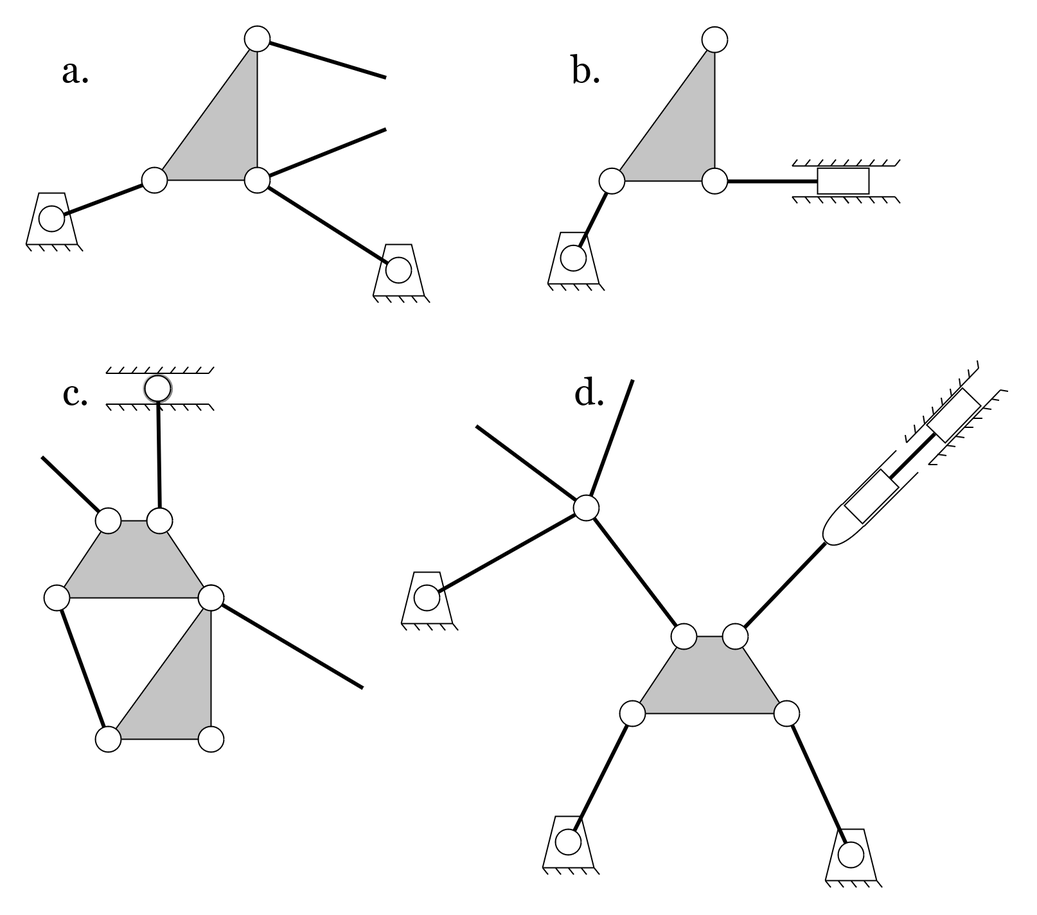
Before: Fisica Ejercicios/Images/gradosDeLibertad.png, a diagram exported from draw.io (InspectorDave/LaTeX). Source tidied: cells renumbered, new cells last; positions are measured from the earlier drawing's top-left corner, leaving out a move shared by most shapes.
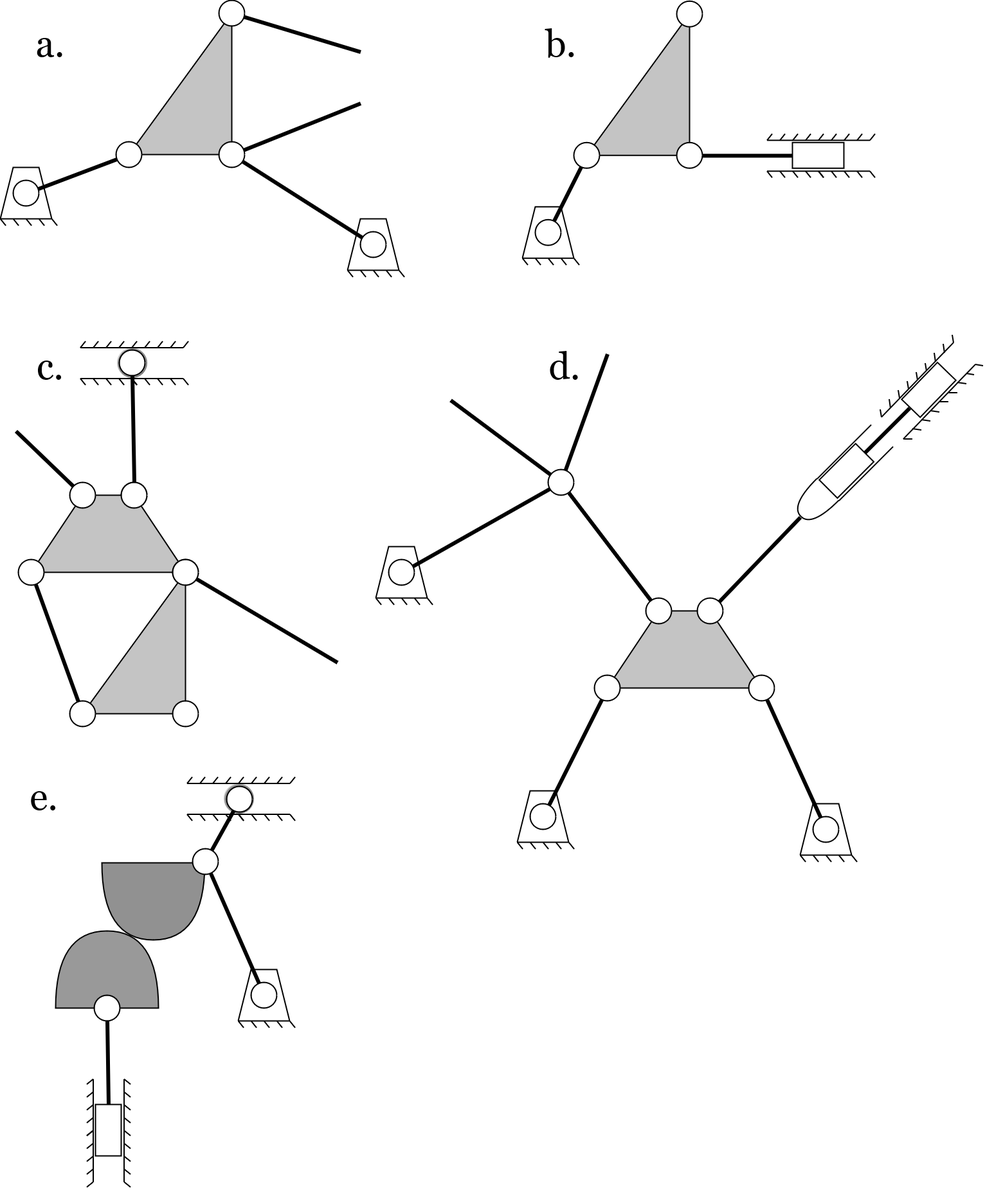
After the commit.

What changed in the source:
```diff
@@ -2,6 +2,9 @@
   <root>
     <mxCell id="0" />
     <mxCell id="1" parent="0" />
+    <mxCell id="179" style="shape=or;whiteSpace=wrap;html=1;rotation=90;fillColor=#919191;" parent="1" vertex="1">
+      <mxGeometry x="89" y="661" width="60" height="80" as="geometry" />
+    </mxCell>
     <mxCell id="2" style="endArrow=none;html=1;rounded=0;exitX=0;exitY=1;exitDx=0;exitDy=0;strokeWidth=3;" parent="1" edge="1" source="138" target="145">
       <mxGeometry relative="1" as="geometry" />
     </mxCell>
@@ -13,6 +16,147 @@
     <mxCell id="4" style="endArrow=none;html=1;rounded=0;entryX=1;entryY=1;entryDx=0;entryDy=0;strokeWidth=3;" parent="1" edge="1" source="22" target="5">
       <mxGeometry relative="1" as="geometry" />
     </mxCell>
+    <mxCell id="180" style="group;" parent="1" vertex="1">
+      <mxGeometry x="145" y="604" width="84" height="79" as="geometry" />
+    </mxCell>
+    <mxCell id="181" style="endArrow=none;html=1;rounded=0;" parent="180" edge="1">
+      <mxGeometry relative="1" as="geometry">
+        <mxPoint y="5" as="sourcePoint" />
+        <mxPoint x="80" y="5" as="targetPoint" />
+      </mxGeometry>
+    </mxCell>
+    <mxCell id="182" style="endArrow=none;html=1;rounded=0;" parent="180" edge="1">
+      <mxGeometry relative="1" as="geometry">
+        <mxPoint y="29" as="sourcePoint" />
+        <mxPoint x="80" y="29" as="targetPoint" />
+      </mxGeometry>
+    </mxCell>
+    <mxCell id="183" style="endArrow=none;html=1;rounded=0;" parent="180" edge="1">
+      <mxGeometry relative="1" as="geometry">
+        <mxPoint x="44" y="34" as="sourcePoint" />
+        <mxPoint x="40" y="29" as="targetPoint" />
+      </mxGeometry>
+    </mxCell>
+    <mxCell id="184" style="endArrow=none;html=1;rounded=0;" parent="180" edge="1">
+      <mxGeometry relative="1" as="geometry">
+        <mxPoint x="24" y="34" as="sourcePoint" />
+        <mxPoint x="20" y="29" as="targetPoint" />
+      </mxGeometry>
+    </mxCell>
+    <mxCell id="185" style="endArrow=none;html=1;rounded=0;" parent="180" edge="1">
+      <mxGeometry relative="1" as="geometry">
+        <mxPoint x="4" y="34" as="sourcePoint" />
+        <mxPoint y="29" as="targetPoint" />
+      </mxGeometry>
+    </mxCell>
+    <mxCell id="186" style="endArrow=none;html=1;rounded=0;" parent="180" edge="1">
+      <mxGeometry relative="1" as="geometry">
+        <mxPoint x="84" y="34" as="sourcePoint" />
+        <mxPoint x="80" y="29" as="targetPoint" />
+      </mxGeometry>
+    </mxCell>
+    <mxCell id="187" style="endArrow=none;html=1;rounded=0;" parent="180" edge="1">
+      <mxGeometry relative="1" as="geometry">
+        <mxPoint x="64" y="34" as="sourcePoint" />
+        <mxPoint x="60" y="29" as="targetPoint" />
+      </mxGeometry>
+    </mxCell>
+    <mxCell id="188" style="endArrow=none;html=1;rounded=0;" parent="180" edge="1">
+      <mxGeometry relative="1" as="geometry">
+        <mxPoint x="44" y="34" as="sourcePoint" />
+        <mxPoint x="40" y="29" as="targetPoint" />
+      </mxGeometry>
+    </mxCell>
+    <mxCell id="189" style="endArrow=none;html=1;rounded=0;" parent="180" edge="1">
+      <mxGeometry relative="1" as="geometry">
+        <mxPoint x="24" as="sourcePoint" />
+        <mxPoint x="20" y="5" as="targetPoint" />
+      </mxGeometry>
+    </mxCell>
+    <mxCell id="190" style="endArrow=none;html=1;rounded=0;" parent="180" edge="1">
+      <mxGeometry relative="1" as="geometry">
+        <mxPoint x="4" as="sourcePoint" />
+        <mxPoint y="5" as="targetPoint" />
+      </mxGeometry>
+    </mxCell>
+    <mxCell id="191" style="endArrow=none;html=1;rounded=0;" parent="180" edge="1">
+      <mxGeometry relative="1" as="geometry">
+        <mxPoint x="84" as="sourcePoint" />
+        <mxPoint x="80" y="5" as="targetPoint" />
+      </mxGeometry>
+    </mxCell>
+    <mxCell id="192" style="endArrow=none;html=1;rounded=0;" parent="180" edge="1">
+      <mxGeometry relative="1" as="geometry">
+        <mxPoint x="64" as="sourcePoint" />
+        <mxPoint x="60" y="5" as="targetPoint" />
+      </mxGeometry>
+    </mxCell>
+    <mxCell id="193" style="endArrow=none;html=1;rounded=0;" parent="180" edge="1">
+      <mxGeometry relative="1" as="geometry">
+        <mxPoint x="44" as="sourcePoint" />
+        <mxPoint x="40" y="5" as="targetPoint" />
+      </mxGeometry>
+    </mxCell>
+    <mxCell id="194" style="endArrow=none;html=1;rounded=0;" parent="180" edge="1">
+      <mxGeometry relative="1" as="geometry">
+        <mxPoint x="34" as="sourcePoint" />
+        <mxPoint x="30" y="5" as="targetPoint" />
+      </mxGeometry>
+    </mxCell>
+    <mxCell id="195" style="endArrow=none;html=1;rounded=0;" parent="180" edge="1">
+      <mxGeometry relative="1" as="geometry">
+        <mxPoint x="14" as="sourcePoint" />
+        <mxPoint x="10" y="5" as="targetPoint" />
+      </mxGeometry>
+    </mxCell>
+    <mxCell id="196" style="endArrow=none;html=1;rounded=0;" parent="180" edge="1">
+      <mxGeometry relative="1" as="geometry">
+        <mxPoint x="74" as="sourcePoint" />
+        <mxPoint x="70" y="5" as="targetPoint" />
+      </mxGeometry>
+    </mxCell>
+    <mxCell id="197" style="endArrow=none;html=1;rounded=0;" parent="180" edge="1">
+      <mxGeometry relative="1" as="geometry">
+        <mxPoint x="54" as="sourcePoint" />
+        <mxPoint x="50" y="5" as="targetPoint" />
+      </mxGeometry>
+    </mxCell>
+    <mxCell id="198" style="endArrow=none;html=1;rounded=0;" parent="180" edge="1">
+      <mxGeometry relative="1" as="geometry">
+        <mxPoint x="34" y="34" as="sourcePoint" />
+        <mxPoint x="30" y="29" as="targetPoint" />
+      </mxGeometry>
+    </mxCell>
+    <mxCell id="199" style="endArrow=none;html=1;rounded=0;" parent="180" edge="1">
+      <mxGeometry relative="1" as="geometry">
+        <mxPoint x="14" y="34" as="sourcePoint" />
+        <mxPoint x="10" y="29" as="targetPoint" />
+      </mxGeometry>
+    </mxCell>
+    <mxCell id="200" style="endArrow=none;html=1;rounded=0;" parent="180" edge="1">
+      <mxGeometry relative="1" as="geometry">
+        <mxPoint x="74" y="34" as="sourcePoint" />
+        <mxPoint x="70" y="29" as="targetPoint" />
+      </mxGeometry>
+    </mxCell>
+    <mxCell id="201" style="endArrow=none;html=1;rounded=0;" parent="180" edge="1">
+      <mxGeometry relative="1" as="geometry">
+        <mxPoint x="54" y="34" as="sourcePoint" />
+        <mxPoint x="50" y="29" as="targetPoint" />
+      </mxGeometry>
+    </mxCell>
+    <mxCell id="202" style="ellipse;whiteSpace=wrap;html=1;fillColor=#919191;strokeWidth=0;perimeterSpacing=0;" parent="180" vertex="1">
+      <mxGeometry x="29" y="5.5" width="23" height="23" as="geometry" />
+    </mxCell>
+    <mxCell id="203" style="endArrow=none;html=1;rounded=0;strokeWidth=3;" parent="180" edge="1" source="205" target="204">
+      <mxGeometry relative="1" as="geometry" />
+    </mxCell>
+    <mxCell id="204" style="ellipse;whiteSpace=wrap;html=1;" parent="180" vertex="1">
+      <mxGeometry x="31" y="7.5" width="20" height="20" as="geometry" />
+    </mxCell>
+    <mxCell id="205" style="ellipse;whiteSpace=wrap;html=1;" parent="180" vertex="1">
+      <mxGeometry x="4.5" y="56" width="20" height="20" as="geometry" />
+    </mxCell>
     <mxCell id="5" style="shape=trapezoid;perimeter=trapezoidPerimeter;whiteSpace=wrap;html=1;fixedSize=1;fillColor=#C4C4C4;size=40;" parent="1" vertex="1">
       <mxGeometry x="472" y="475" width="120" height="60" as="geometry" />
     </mxCell>
@@ -902,5 +1046,206 @@
     <mxCell id="178" value="d." style="text;html=1;align=center;verticalAlign=middle;whiteSpace=wrap;rounded=0;fontFamily=Georgia;fontSize=29;" parent="1" vertex="1">
       <mxGeometry x="409" y="269" width="60" height="30" as="geometry" />
     </mxCell>
+    <mxCell id="206" style="shape=or;whiteSpace=wrap;html=1;rotation=-90;fillColor=#999999;" parent="1" vertex="1">
+      <mxGeometry x="53" y="714" width="60" height="80" as="geometry" />
+    </mxCell>
+    <mxCell id="207" style="group;rotation=90;" parent="1" vertex="1">
+      <mxGeometry x="42" y="864" width="100" height="34" as="geometry" />
+    </mxCell>
+    <mxCell id="208" style="endArrow=none;html=1;rounded=0;" parent="207" edge="1">
+      <mxGeometry relative="1" as="geometry">
+        <mxPoint x="54" y="-25" as="sourcePoint" />
+        <mxPoint x="54" y="55" as="targetPoint" />
+      </mxGeometry>
+    </mxCell>
+    <mxCell id="209" style="endArrow=none;html=1;rounded=0;" parent="207" edge="1">
+      <mxGeometry relative="1" as="geometry">
+        <mxPoint x="30" y="-25" as="sourcePoint" />
+        <mxPoint x="30" y="55" as="targetPoint" />
+      </mxGeometry>
+    </mxCell>
+    <mxCell id="210" style="rounded=0;whiteSpace=wrap;html=1;rotation=90;" parent="207" vertex="1">
+      <mxGeometry x="22" y="5" width="40" height="20" as="geometry" />
+    </mxCell>
+    <mxCell id="211" style="endArrow=none;html=1;rounded=0;" parent="207" edge="1">
+      <mxGeometry relative="1" as="geometry">
+        <mxPoint x="25" y="19" as="sourcePoint" />
+        <mxPoint x="30" y="15" as="targetPoint" />
+      </mxGeometry>
+    </mxCell>
+    <mxCell id="212" style="endArrow=none;html=1;rounded=0;" parent="207" edge="1">
+      <mxGeometry relative="1" as="geometry">
+        <mxPoint x="25" y="-1" as="sourcePoint" />
+        <mxPoint x="30" y="-5" as="targetPoint" />
+      </mxGeometry>
+    </mxCell>
+    <mxCell id="213" style="endArrow=none;html=1;rounded=0;" parent="207" edge="1">
+      <mxGeometry relative="1" as="geometry">
+        <mxPoint x="25" y="-21" as="sourcePoint" />
+        <mxPoint x="30" y="-25" as="targetPoint" />
+      </mxGeometry>
+    </mxCell>
+    <mxCell id="214" style="endArrow=none;html=1;rounded=0;" parent="207" edge="1">
+      <mxGeometry relative="1" as="geometry">
+        <mxPoint x="25" y="59" as="sourcePoint" />
+        <mxPoint x="30" y="55" as="targetPoint" />
+      </mxGeometry>
+    </mxCell>
+    <mxCell id="215" style="endArrow=none;html=1;rounded=0;" parent="207" edge="1">
+      <mxGeometry relative="1" as="geometry">
+        <mxPoint x="25" y="39" as="sourcePoint" />
+        <mxPoint x="30" y="35" as="targetPoint" />
+      </mxGeometry>
+    </mxCell>
+    <mxCell id="216" style="endArrow=none;html=1;rounded=0;" parent="207" edge="1">
+      <mxGeometry relative="1" as="geometry">
+        <mxPoint x="25" y="19" as="sourcePoint" />
+        <mxPoint x="30" y="15" as="targetPoint" />
+      </mxGeometry>
+    </mxCell>
+    <mxCell id="217" style="endArrow=none;html=1;rounded=0;" parent="207" edge="1">
+      <mxGeometry relative="1" as="geometry">
+        <mxPoint x="59" y="-1" as="sourcePoint" />
+        <mxPoint x="54" y="-5" as="targetPoint" />
+      </mxGeometry>
+    </mxCell>
+    <mxCell id="218" style="endArrow=none;html=1;rounded=0;" parent="207" edge="1">
+      <mxGeometry relative="1" as="geometry">
+        <mxPoint x="59" y="-21" as="sourcePoint" />
+        <mxPoint x="54" y="-25" as="targetPoint" />
+      </mxGeometry>
+    </mxCell>
+    <mxCell id="219" style="endArrow=none;html=1;rounded=0;" parent="207" edge="1">
+      <mxGeometry relative="1" as="geometry">
+        <mxPoint x="59" y="59" as="sourcePoint" />
+        <mxPoint x="54" y="55" as="targetPoint" />
+      </mxGeometry>
+    </mxCell>
+    <mxCell id="220" style="endArrow=none;html=1;rounded=0;" parent="207" edge="1">
+      <mxGeometry relative="1" as="geometry">
+        <mxPoint x="59" y="39" as="sourcePoint" />
+        <mxPoint x="54" y="35" as="targetPoint" />
+      </mxGeometry>
+    </mxCell>
+    <mxCell id="221" style="endArrow=none;html=1;rounded=0;" parent="207" edge="1">
+      <mxGeometry relative="1" as="geometry">
+        <mxPoint x="59" y="19" as="sourcePoint" />
+        <mxPoint x="54" y="15" as="targetPoint" />
+      </mxGeometry>
+    </mxCell>
+    <mxCell id="222" style="endArrow=none;html=1;rounded=0;" parent="207" edge="1">
+      <mxGeometry relative="1" as="geometry">
+        <mxPoint x="59" y="9" as="sourcePoint" />
+        <mxPoint x="54" y="5" as="targetPoint" />
+      </mxGeometry>
+    </mxCell>
+    <mxCell id="223" style="endArrow=none;html=1;rounded=0;" parent="207" edge="1">
+      <mxGeometry relative="1" as="geometry">
+        <mxPoint x="59" y="-11" as="sourcePoint" />
+        <mxPoint x="54" y="-15" as="targetPoint" />
+      </mxGeometry>
+    </mxCell>
+    <mxCell id="224" style="endArrow=none;html=1;rounded=0;" parent="207" edge="1">
+      <mxGeometry relative="1" as="geometry">
+        <mxPoint x="59" y="49" as="sourcePoint" />
+        <mxPoint x="54" y="45" as="targetPoint" />
+      </mxGeometry>
+    </mxCell>
+    <mxCell id="225" style="endArrow=none;html=1;rounded=0;" parent="207" edge="1">
+      <mxGeometry relative="1" as="geometry">
+        <mxPoint x="59" y="29" as="sourcePoint" />
+        <mxPoint x="54" y="25" as="targetPoint" />
+      </mxGeometry>
+    </mxCell>
+    <mxCell id="226" style="endArrow=none;html=1;rounded=0;" parent="207" edge="1">
+      <mxGeometry relative="1" as="geometry">
+        <mxPoint x="25" y="9" as="sourcePoint" />
+        <mxPoint x="30" y="5" as="targetPoint" />
+      </mxGeometry>
+    </mxCell>
+    <mxCell id="227" style="endArrow=none;html=1;rounded=0;" parent="207" edge="1">
+      <mxGeometry relative="1" as="geometry">
+        <mxPoint x="25" y="-11" as="sourcePoint" />
+        <mxPoint x="30" y="-15" as="targetPoint" />
+      </mxGeometry>
+    </mxCell>
+    <mxCell id="228" style="endArrow=none;html=1;rounded=0;" parent="207" edge="1">
+      <mxGeometry relative="1" as="geometry">
+        <mxPoint x="25" y="49" as="sourcePoint" />
+        <mxPoint x="30" y="45" as="targetPoint" />
+      </mxGeometry>
+    </mxCell>
+    <mxCell id="229" style="endArrow=none;html=1;rounded=0;" parent="207" edge="1">
+      <mxGeometry relative="1" as="geometry">
+        <mxPoint x="25" y="29" as="sourcePoint" />
+        <mxPoint x="30" y="25" as="targetPoint" />
+      </mxGeometry>
+    </mxCell>
+    <mxCell id="230" style="endArrow=none;html=1;rounded=0;strokeWidth=3;exitX=0;exitY=0.5;exitDx=0;exitDy=0;" parent="1" edge="1" source="231" target="206">
+      <mxGeometry relative="1" as="geometry" />
+    </mxCell>
+    <mxCell id="231" style="ellipse;whiteSpace=wrap;html=1;" parent="1" vertex="1">
+      <mxGeometry x="73" y="774" width="20" height="20" as="geometry" />
+    </mxCell>
+    <mxCell id="232" style="endArrow=none;html=1;rounded=0;strokeWidth=3;exitX=0;exitY=0.5;exitDx=0;exitDy=0;" parent="1" edge="1" source="210" target="231">
+      <mxGeometry relative="1" as="geometry" />
+    </mxCell>
+    <mxCell id="233" style="endArrow=none;html=1;rounded=0;strokeWidth=3;" parent="1" edge="1" source="237" target="205">
+      <mxGeometry relative="1" as="geometry" />
+    </mxCell>
+    <mxCell id="234" style="group;" parent="1" vertex="1">
+      <mxGeometry x="185" y="754" width="44" height="45" as="geometry" />
+    </mxCell>
+    <mxCell id="235" style="group;" parent="234" vertex="1">
+      <mxGeometry width="40" height="40" as="geometry" />
+    </mxCell>
+    <mxCell id="236" style="endArrow=none;html=1;rounded=0;" parent="235" edge="1">
+      <mxGeometry relative="1" as="geometry">
+        <mxPoint y="40" as="sourcePoint" />
+        <mxPoint y="40" as="targetPoint" />
+        <Array as="points">
+          <mxPoint x="30" y="40" />
+          <mxPoint x="40" y="40" />
+          <mxPoint x="30" />
+          <mxPoint x="10" />
+        </Array>
+      </mxGeometry>
+    </mxCell>
+    <mxCell id="237" style="ellipse;whiteSpace=wrap;html=1;" parent="235" vertex="1">
+      <mxGeometry x="10" y="10" width="20" height="20" as="geometry" />
+    </mxCell>
+    <mxCell id="238" style="endArrow=none;html=1;rounded=0;" parent="234" edge="1">
+      <mxGeometry relative="1" as="geometry">
+        <mxPoint x="14" y="45" as="sourcePoint" />
+        <mxPoint x="10" y="40" as="targetPoint" />
+      </mxGeometry>
+    </mxCell>
+    <mxCell id="239" style="endArrow=none;html=1;rounded=0;" parent="234" edge="1">
+      <mxGeometry relative="1" as="geometry">
+        <mxPoint x="24" y="45" as="sourcePoint" />
+        <mxPoint x="20" y="40" as="targetPoint" />
+      </mxGeometry>
+    </mxCell>
+    <mxCell id="240" style="endArrow=none;html=1;rounded=0;" parent="234" edge="1">
+      <mxGeometry relative="1" as="geometry">
+        <mxPoint x="34" y="45" as="sourcePoint" />
+        <mxPoint x="30" y="40" as="targetPoint" />
+      </mxGeometry>
+    </mxCell>
+    <mxCell id="241" style="endArrow=none;html=1;rounded=0;" parent="234" edge="1">
+      <mxGeometry relative="1" as="geometry">
+        <mxPoint x="44" y="45" as="sourcePoint" />
+        <mxPoint x="40" y="40" as="targetPoint" />
+      </mxGeometry>
+    </mxCell>
+    <mxCell id="242" style="endArrow=none;html=1;rounded=0;" parent="234" edge="1">
+      <mxGeometry relative="1" as="geometry">
+        <mxPoint x="4" y="45" as="sourcePoint" />
+        <mxPoint y="40" as="targetPoint" />
+      </mxGeometry>
+    </mxCell>
+    <mxCell id="243" value="e." style="text;html=1;align=center;verticalAlign=middle;whiteSpace=wrap;rounded=0;fontFamily=Georgia;fontSize=29;" parent="1" vertex="1">
+      <mxGeometry x="4" y="604" width="60" height="30" as="geometry" />
+    </mxCell>
   </root>
 </mxGraphModel>
```
